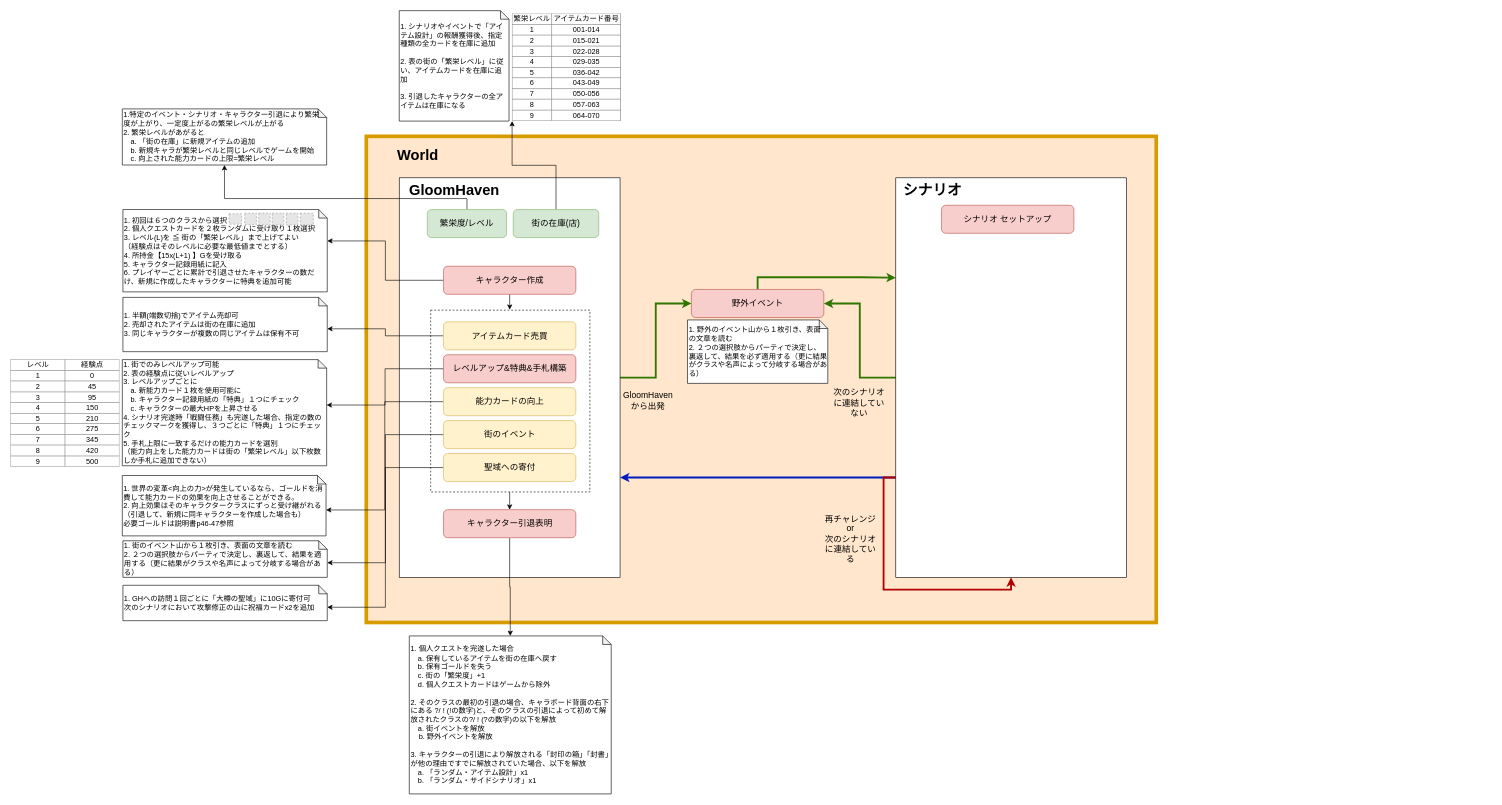
Before: Untitled Diagram.drawio in newuniverse/diagrams, a draw.io diagram. Source tidied: cells renumbered, new cells numbered last; positions are measured from the earlier drawing's top-left corner, leaving out a move shared by most shapes. Both pictures are drawn from the tidied source at 61%, with x=0, y=0 at pixel (10, 10). Pictures stored in the file or linked from it are replaced by grey dashed boxes.
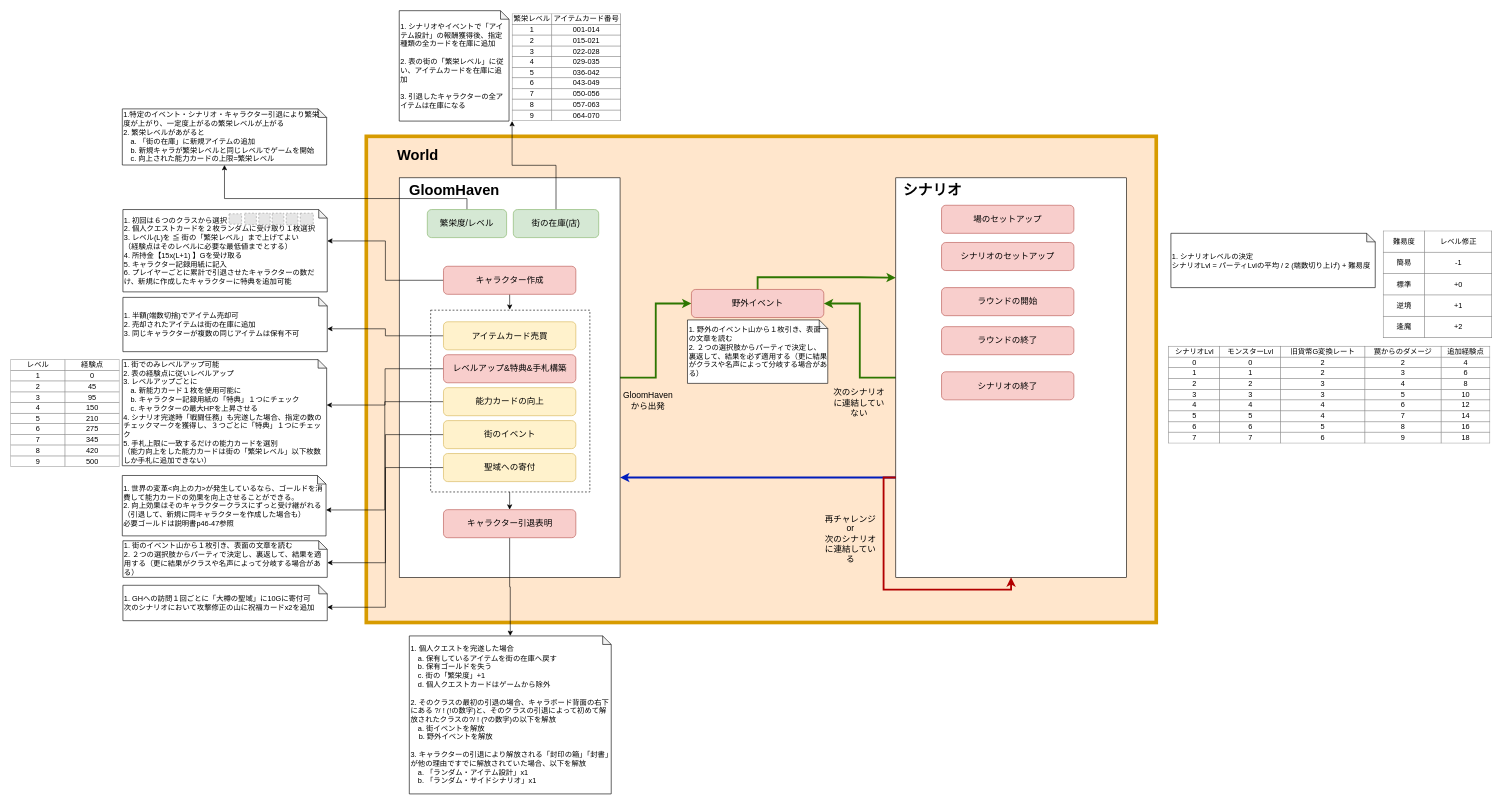
After the change.

Change to the diagram source:
```diff
@@
-    <mxCell id="61" value="&lt;span style=&quot;font-size: 14px&quot;&gt;シナリオ セットアップ&lt;/span&gt;" style="rounded=1;whiteSpace=wrap;html=1;fillColor=#f8cecc;strokeColor=#b85450;" parent="1" vertex="1">
+    <mxCell id="61" value="&lt;span style=&quot;font-size: 14px&quot;&gt;場のセットアップ&lt;/span&gt;" style="rounded=1;whiteSpace=wrap;html=1;fillColor=#f8cecc;strokeColor=#b85450;" parent="1" vertex="1">
       <mxGeometry x="1526" y="319" width="217" height="46" as="geometry" />
     </mxCell>
+    <mxCell id="62" value="&lt;span style=&quot;font-size: 14px&quot;&gt;シナリオのセットアップ&lt;/span&gt;" style="rounded=1;whiteSpace=wrap;html=1;fillColor=#f8cecc;strokeColor=#b85450;" parent="1" vertex="1">
+      <mxGeometry x="1526" y="380" width="217" height="46" as="geometry" />
+    </mxCell>
+    <mxCell id="63" value="1. シナリオレベルの決定&lt;br&gt;シナリオLvl = パーティLvlの平均 / 2 (端数切り上げ) + 難易度" style="shape=note;whiteSpace=wrap;html=1;backgroundOutline=1;darkOpacity=0.05;size=14;align=left;" parent="1" vertex="1">
+      <mxGeometry x="1902" y="365" width="335" height="89" as="geometry" />
+    </mxCell>
+    <mxCell id="64" value="&lt;table border=&quot;1&quot; width=&quot;100%&quot; style=&quot;width: 100% ; height: 100% ; border-collapse: collapse&quot;&gt;&lt;tbody&gt;&lt;tr&gt;&lt;td&gt;難易度&lt;/td&gt;&lt;td&gt;レベル修正&lt;/td&gt;&lt;/tr&gt;&lt;tr&gt;&lt;td&gt;簡易&lt;/td&gt;&lt;td&gt;-1&lt;/td&gt;&lt;/tr&gt;&lt;tr&gt;&lt;td&gt;標準&lt;/td&gt;&lt;td&gt;+0&lt;/td&gt;&lt;/tr&gt;&lt;tr&gt;&lt;td&gt;逆境&lt;/td&gt;&lt;td&gt;+1&lt;/td&gt;&lt;/tr&gt;&lt;tr&gt;&lt;td&gt;逢魔&lt;/td&gt;&lt;td&gt;+2&lt;/td&gt;&lt;/tr&gt;&lt;/tbody&gt;&lt;/table&gt;" style="text;html=1;strokeColor=none;fillColor=none;overflow=fill;align=center;" parent="1" vertex="1">
+      <mxGeometry x="2250" y="361" width="179" height="176" as="geometry" />
+    </mxCell>
+    <mxCell id="65" value="&lt;table border=&quot;1&quot; width=&quot;100%&quot; style=&quot;width: 100% ; height: 100% ; border-collapse: collapse&quot;&gt;&lt;tbody&gt;&lt;tr&gt;&lt;td&gt;シナリオLvl&lt;/td&gt;&lt;td&gt;モンスターLvl&lt;/td&gt;&lt;td&gt;旧貨幣G変換レート&lt;/td&gt;&lt;td&gt;罠からのダメージ&lt;/td&gt;&lt;td&gt;追加経験点&lt;/td&gt;&lt;/tr&gt;&lt;tr&gt;&lt;td&gt;0&lt;/td&gt;&lt;td&gt;0&lt;/td&gt;&lt;td&gt;2&lt;/td&gt;&lt;td&gt;2&lt;/td&gt;&lt;td&gt;4&lt;/td&gt;&lt;/tr&gt;&lt;tr&gt;&lt;td&gt;1&lt;/td&gt;&lt;td&gt;1&lt;/td&gt;&lt;td&gt;2&lt;/td&gt;&lt;td&gt;3&lt;/td&gt;&lt;td&gt;6&lt;/td&gt;&lt;/tr&gt;&lt;tr&gt;&lt;td&gt;2&lt;/td&gt;&lt;td&gt;2&lt;/td&gt;&lt;td&gt;3&lt;/td&gt;&lt;td&gt;4&lt;/td&gt;&lt;td&gt;8&lt;/td&gt;&lt;/tr&gt;&lt;tr&gt;&lt;td&gt;3&lt;/td&gt;&lt;td&gt;3&lt;/td&gt;&lt;td&gt;3&lt;/td&gt;&lt;td&gt;5&lt;/td&gt;&lt;td&gt;10&lt;/td&gt;&lt;/tr&gt;&lt;tr&gt;&lt;td&gt;4&lt;/td&gt;&lt;td&gt;4&lt;/td&gt;&lt;td&gt;4&lt;/td&gt;&lt;td&gt;6&lt;/td&gt;&lt;td&gt;12&lt;/td&gt;&lt;/tr&gt;&lt;tr&gt;&lt;td&gt;5&lt;/td&gt;&lt;td&gt;5&lt;/td&gt;&lt;td&gt;4&lt;/td&gt;&lt;td&gt;7&lt;/td&gt;&lt;td&gt;14&lt;/td&gt;&lt;/tr&gt;&lt;tr&gt;&lt;td&gt;6&lt;/td&gt;&lt;td&gt;6&lt;/td&gt;&lt;td&gt;5&lt;/td&gt;&lt;td&gt;8&lt;/td&gt;&lt;td&gt;16&lt;/td&gt;&lt;/tr&gt;&lt;tr&gt;&lt;td&gt;7&lt;/td&gt;&lt;td&gt;7&lt;/td&gt;&lt;td&gt;6&lt;/td&gt;&lt;td&gt;9&lt;/td&gt;&lt;td&gt;18&lt;/td&gt;&lt;/tr&gt;&lt;/tbody&gt;&lt;/table&gt;" style="text;html=1;strokeColor=none;fillColor=none;overflow=fill;align=center;" parent="1" vertex="1">
+      <mxGeometry x="1898" y="550" width="528" height="160" as="geometry" />
+    </mxCell>
+    <mxCell id="66" value="&lt;span style=&quot;font-size: 14px&quot;&gt;ラウンドの開始&lt;/span&gt;" style="rounded=1;whiteSpace=wrap;html=1;fillColor=#f8cecc;strokeColor=#b85450;" parent="1" vertex="1">
+      <mxGeometry x="1526" y="454" width="217" height="46" as="geometry" />
+    </mxCell>
+    <mxCell id="67" value="&lt;span style=&quot;font-size: 14px&quot;&gt;ラウンドの終了&lt;/span&gt;" style="rounded=1;whiteSpace=wrap;html=1;fillColor=#f8cecc;strokeColor=#b85450;" parent="1" vertex="1">
+      <mxGeometry x="1526" y="518" width="217" height="46" as="geometry" />
+    </mxCell>
+    <mxCell id="68" value="&lt;span style=&quot;font-size: 14px&quot;&gt;シナリオの終了&lt;/span&gt;" style="rounded=1;whiteSpace=wrap;html=1;fillColor=#f8cecc;strokeColor=#b85450;" parent="1" vertex="1">
+      <mxGeometry x="1526" y="592" width="217" height="46" as="geometry" />
+    </mxCell>
```
